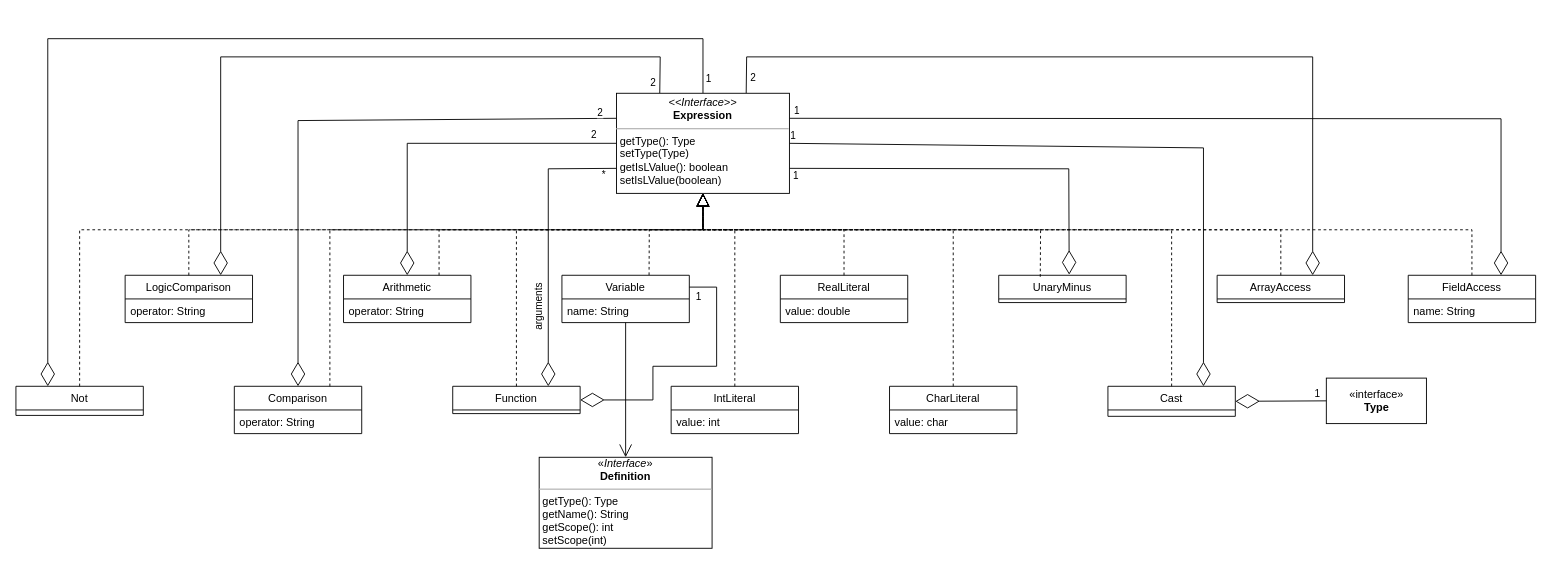
adrimr02/DLP keeps this draw.io diagram as page "Expresiones" (3 of 5) of Lenguaje.drawio. Above is the earlier version. Source tidied: cells renumbered, new cells numbered last; positions are measured from the earlier drawing's top-left corner, leaving out a move shared by most shapes. Both pictures are drawn from the tidied source at 91%, with x=0, y=0 at pixel (15, 38).
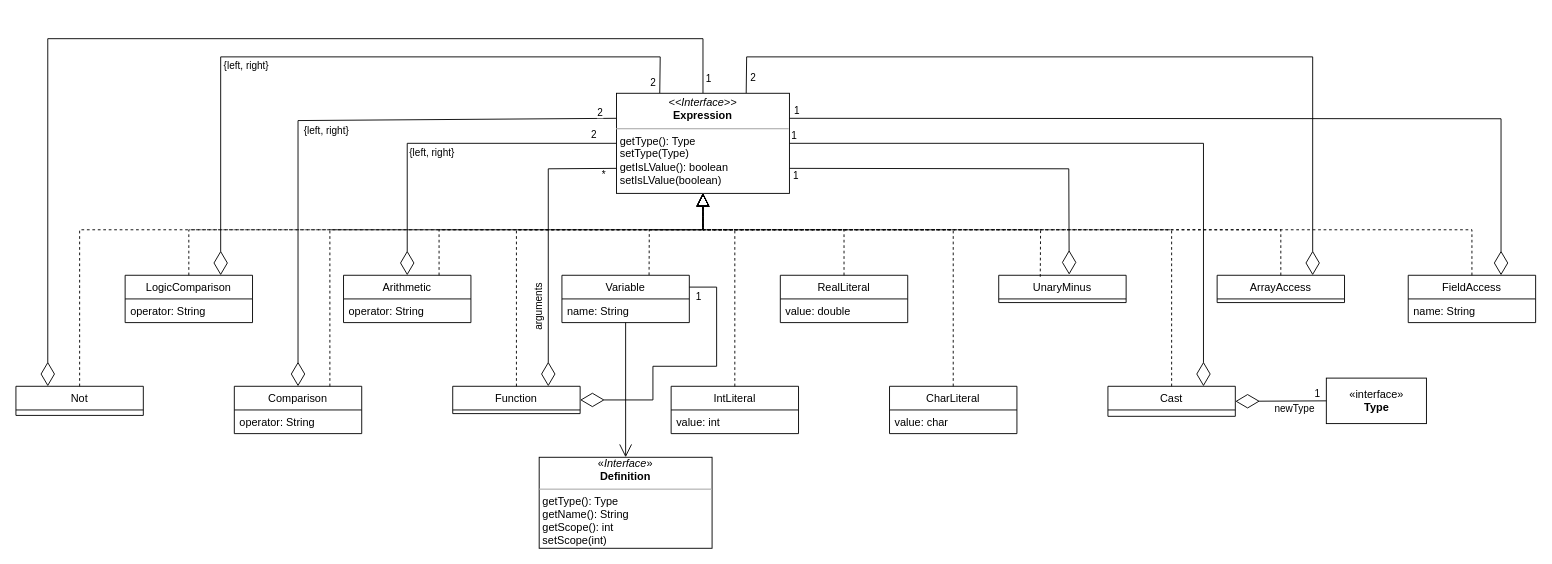
After the change.

Unchanged cells that the change refers to:
```xml
<mxCell id="36" style="endArrow=diamondThin;endFill=0;endSize=24;html=1;rounded=0;exitX=0.25;exitY=0;exitDx=0;exitDy=0;entryX=0.75;entryY=0;entryDx=0;entryDy=0;" parent="1" edge="1" source="62" target="32">
  <mxGeometry relative="1" as="geometry">
    <Array as="points">
      <mxPoint x="708" y="20" />
      <mxPoint x="225" y="20" />
    </Array>
  </mxGeometry>
</mxCell>
<mxCell id="42" value="Cast" style="swimlane;fontStyle=0;horizontal=1;startSize=26;fillColor=none;" parent="1" vertex="1">
  <mxGeometry x="1200" y="382" width="140" height="33" as="geometry" />
</mxCell>
<mxCell id="47" style="endArrow=diamondThin;endFill=0;endSize=24;html=1;rounded=0;entryX=1;entryY=0.5;entryDx=0;entryDy=0;exitX=0;exitY=0.5;exitDx=0;exitDy=0;" parent="1" edge="1" source="46" target="42">
  <mxGeometry relative="1" as="geometry" />
</mxCell>
<mxCell id="62" value="&lt;p style=&quot;margin:0px;margin-top:4px;text-align:center;&quot;&gt;&lt;i&gt;&amp;lt;&amp;lt;Interface&amp;gt;&amp;gt;&lt;/i&gt;&lt;br&gt;&lt;b&gt;Expression&lt;/b&gt;&lt;/p&gt;&lt;hr size=&quot;1&quot;&gt;&lt;p style=&quot;margin:0px;margin-left:4px;&quot;&gt;getType(): Type&lt;/p&gt;&lt;p style=&quot;margin:0px;margin-left:4px;&quot;&gt;setType(Type)&lt;/p&gt;&lt;p style=&quot;margin:0px;margin-left:4px;&quot;&gt;getIsLValue(): boolean&lt;/p&gt;&lt;p style=&quot;margin:0px;margin-left:4px;&quot;&gt;setIsLValue(boolean)&lt;/p&gt;" style="verticalAlign=top;align=left;overflow=fill;fontSize=12;fontFamily=Helvetica;html=1;whiteSpace=wrap;" parent="1" vertex="1">
  <mxGeometry x="660" y="60" width="190" height="110" as="geometry" />
</mxCell>
```

Change to the diagram source:
```diff
@@
+    <mxCell id="63" value="{left, right}" style="edgeLabel;html=1;align=center;verticalAlign=middle;" parent="36" vertex="1">
+      <mxGeometry x="0.64" y="-1" relative="1" as="geometry">
+        <mxPoint x="28" y="-93" as="offset" />
+      </mxGeometry>
+    </mxCell>
@@
     <mxCell id="44" style="endArrow=diamondThin;endFill=0;endSize=24;html=1;rounded=0;entryX=0.75;entryY=0;entryDx=0;entryDy=0;exitX=1;exitY=0.5;exitDx=0;exitDy=0;" parent="1" edge="1" source="62" target="42">
       <mxGeometry relative="1" as="geometry">
         <Array as="points">
-          <mxPoint x="1305" y="120" />
+          <mxPoint x="1305" y="115" />
         </Array>
       </mxGeometry>
     </mxCell>
@@
+    <mxCell id="64" value="newType" style="edgeLabel;html=1;align=center;verticalAlign=middle;" parent="47" vertex="1">
+      <mxGeometry x="-0.61" y="-2" relative="1" as="geometry">
+        <mxPoint x="-15" y="10" as="offset" />
+      </mxGeometry>
+    </mxCell>
@@
+    <mxCell id="65" value="{left, right}" style="edgeLabel;html=1;align=center;verticalAlign=middle;" parent="1" vertex="1">
+      <mxGeometry x="340" y="100" as="geometry" />
+    </mxCell>
+    <mxCell id="66" value="{left, right}" style="edgeLabel;html=1;align=center;verticalAlign=middle;" parent="1" vertex="1">
+      <mxGeometry x="456" y="124" as="geometry" />
+    </mxCell>
```
